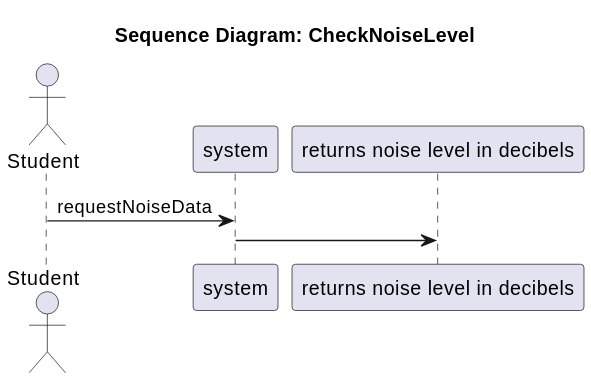
SEP4Real/SEP4 keeps this PlantUML diagram as Documentation/Analysis/ssds/StudyHelper_CheckNoiseLevel.ssd.svg. Above is the earlier version.
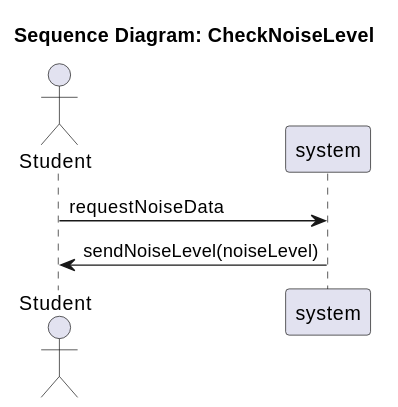
Above is the later version.

What changed in the source:
```diff
@@ -2,8 +2,7 @@
 title Sequence Diagram: CheckNoiseLevel
 actor "Student" as Actor
 participant "system" as System
-participant "returns noise level in decibels" as returns_noise_level_in_decibels
 
 Actor -> System : requestNoiseData
-System -> returns_noise_level_in_decibels :
+System -> Actor : sendNoiseLevel(noiseLevel)
 @enduml
```
